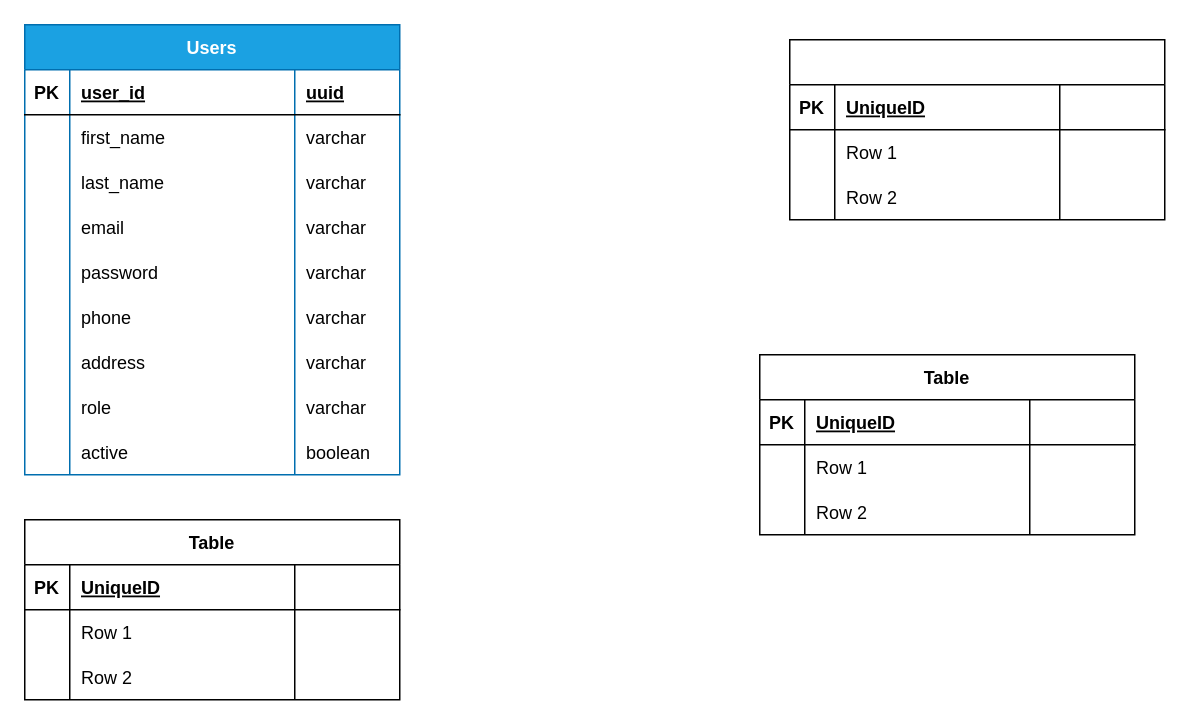
This is erd.drawio from Karely3412/bedrock, a draw.io file, before an edit. Source tidied: cells renumbered, new cells numbered last; positions are measured from the earlier drawing's top-left corner, leaving out a move shared by most shapes. Both pictures are drawn from the tidied source at 150%, with x=0, y=0 at pixel (24, 24).
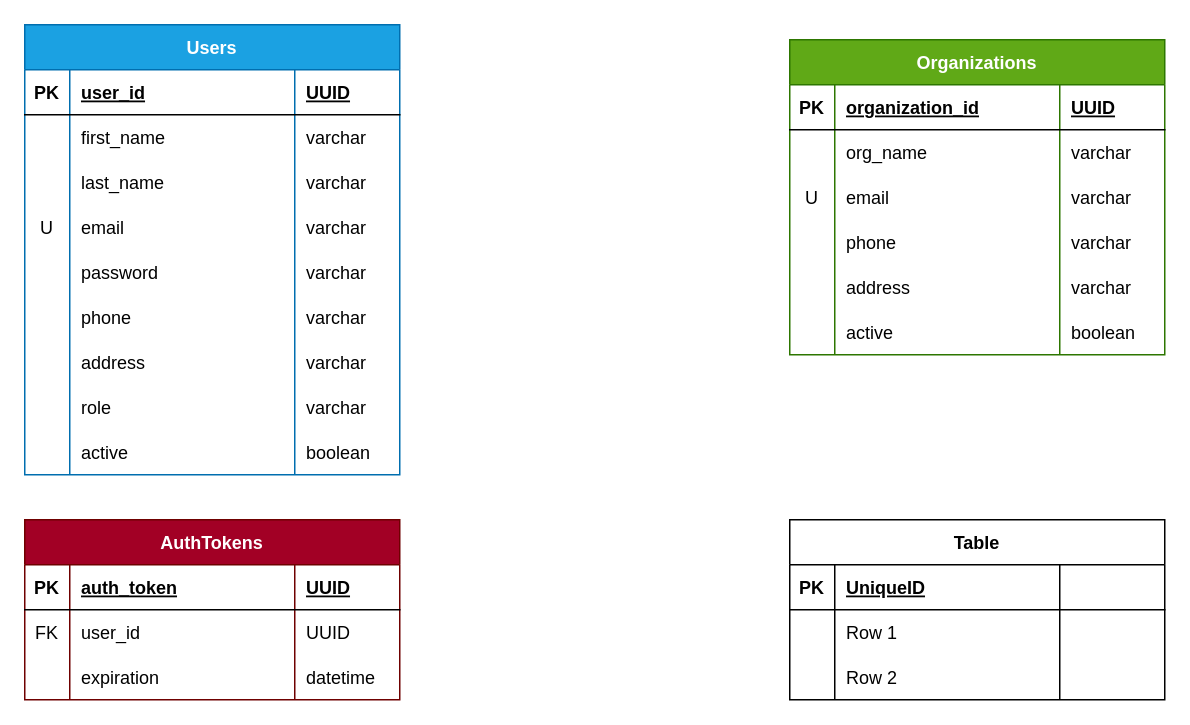
After the change.

Commit message:
created erd file & added orgs & authtokens table to erd

Unchanged cells that the change refers to:
```xml
<mxCell id="3" style="shape=tableRow;horizontal=0;startSize=0;swimlaneHead=0;swimlaneBody=0;fillColor=none;top=0;left=0;right=0;bottom=1;" parent="2" vertex="1">
  <mxGeometry y="30" width="250" height="30" as="geometry" />
</mxCell>
<mxCell id="15" style="shape=tableRow;horizontal=0;startSize=0;swimlaneHead=0;swimlaneBody=0;fillColor=none;top=0;left=0;right=0;bottom=0;" parent="2" vertex="1">
  <mxGeometry y="120" width="250" height="30" as="geometry" />
</mxCell>
<mxCell id="53" style="shape=tableRow;horizontal=0;startSize=0;swimlaneHead=0;swimlaneBody=0;fillColor=none;top=0;left=0;right=0;bottom=1;" parent="52" vertex="1">
  <mxGeometry y="30" width="250" height="30" as="geometry" />
</mxCell>
<mxCell id="57" style="shape=tableRow;horizontal=0;startSize=0;swimlaneHead=0;swimlaneBody=0;fillColor=none;top=0;left=0;right=0;bottom=0;" parent="52" vertex="1">
  <mxGeometry y="60" width="250" height="30" as="geometry" />
</mxCell>
<mxCell id="61" style="shape=tableRow;horizontal=0;startSize=0;swimlaneHead=0;swimlaneBody=0;fillColor=none;top=0;left=0;right=0;bottom=0;" parent="52" vertex="1">
  <mxGeometry y="90" width="250" height="30" as="geometry" />
</mxCell>
<mxCell id="66" style="shape=tableRow;horizontal=0;startSize=0;swimlaneHead=0;swimlaneBody=0;fillColor=none;top=0;left=0;right=0;bottom=1;" parent="65" vertex="1">
  <mxGeometry y="30" width="250" height="30" as="geometry" />
</mxCell>
<mxCell id="70" style="shape=tableRow;horizontal=0;startSize=0;swimlaneHead=0;swimlaneBody=0;fillColor=none;top=0;left=0;right=0;bottom=0;" parent="65" vertex="1">
  <mxGeometry y="60" width="250" height="30" as="geometry" />
</mxCell>
<mxCell id="74" style="shape=tableRow;horizontal=0;startSize=0;swimlaneHead=0;swimlaneBody=0;fillColor=none;top=0;left=0;right=0;bottom=0;" parent="65" vertex="1">
  <mxGeometry y="90" width="250" height="30" as="geometry" />
</mxCell>
```

Diff of the diagram source:
```diff
@@
-    <mxCell id="6" value="uuid" style="shape=partialRectangle;fillColor=none;top=0;left=0;bottom=0;right=0;align=left;spacingLeft=6;fontStyle=5;overflow=hidden;" parent="3" vertex="1">
+    <mxCell id="6" value="UUID" style="shape=partialRectangle;fillColor=none;top=0;left=0;bottom=0;right=0;align=left;spacingLeft=6;fontStyle=5;overflow=hidden;" parent="3" vertex="1">
       <mxGeometry x="180" width="70" height="30" as="geometry" />
     </mxCell>
@@
-    <mxCell id="16" style="shape=partialRectangle;fillColor=none;top=0;left=0;bottom=0;right=0;overflow=hidden;" parent="15" vertex="1">
+    <mxCell id="16" value="U" style="shape=partialRectangle;fillColor=none;top=0;left=0;bottom=0;right=0;overflow=hidden;" parent="15" vertex="1">
       <mxGeometry width="30" height="30" as="geometry" />
     </mxCell>
@@
     <mxCell id="39" value="Table" style="shape=table;startSize=30;childLayout=tableLayout;rowLines=0;fontStyle=1;align=center;" parent="1" vertex="1">
-      <mxGeometry x="490" y="220" width="250" height="120" as="geometry" />
+      <mxGeometry x="510" y="330" width="250" height="120" as="geometry" />
     </mxCell>
@@
-    <mxCell id="52" value="Table" style="shape=table;startSize=30;childLayout=tableLayout;rowLines=0;fontStyle=1;align=center;" parent="1" vertex="1">
+    <mxCell id="52" value="AuthTokens" style="shape=table;startSize=30;childLayout=tableLayout;rowLines=0;fontStyle=1;align=center;fillColor=#a20025;fontColor=#ffffff;strokeColor=#6F0000;" parent="1" vertex="1">
       <mxGeometry y="330" width="250" height="120" as="geometry" />
     </mxCell>
@@
-    <mxCell id="55" value="UniqueID" style="shape=partialRectangle;fillColor=none;top=0;left=0;bottom=0;right=0;align=left;spacingLeft=6;fontStyle=5;overflow=hidden;" parent="53" vertex="1">
+    <mxCell id="55" value="auth_token" style="shape=partialRectangle;fillColor=none;top=0;left=0;bottom=0;right=0;align=left;spacingLeft=6;fontStyle=5;overflow=hidden;" parent="53" vertex="1">
       <mxGeometry x="30" width="150" height="30" as="geometry" />
     </mxCell>
-    <mxCell id="56" style="shape=partialRectangle;fillColor=none;top=0;left=0;bottom=0;right=0;align=left;spacingLeft=6;fontStyle=5;overflow=hidden;" parent="53" vertex="1">
+    <mxCell id="56" value="UUID" style="shape=partialRectangle;fillColor=none;top=0;left=0;bottom=0;right=0;align=left;spacingLeft=6;fontStyle=5;overflow=hidden;" parent="53" vertex="1">
       <mxGeometry x="180" width="70" height="30" as="geometry" />
     </mxCell>
@@
-    <mxCell id="58" style="shape=partialRectangle;fillColor=none;top=0;left=0;bottom=0;right=0;overflow=hidden;" parent="57" vertex="1">
+    <mxCell id="58" value="FK" style="shape=partialRectangle;fillColor=none;top=0;left=0;bottom=0;right=0;overflow=hidden;" parent="57" vertex="1">
       <mxGeometry width="30" height="30" as="geometry" />
     </mxCell>
-    <mxCell id="59" value="Row 1" style="shape=partialRectangle;fillColor=none;top=0;left=0;bottom=0;right=0;align=left;spacingLeft=6;overflow=hidden;" parent="57" vertex="1">
+    <mxCell id="59" value="user_id" style="shape=partialRectangle;fillColor=none;top=0;left=0;bottom=0;right=0;align=left;spacingLeft=6;overflow=hidden;" parent="57" vertex="1">
       <mxGeometry x="30" width="150" height="30" as="geometry" />
     </mxCell>
-    <mxCell id="60" style="shape=partialRectangle;fillColor=none;top=0;left=0;bottom=0;right=0;align=left;spacingLeft=6;overflow=hidden;" parent="57" vertex="1">
+    <mxCell id="60" value="UUID" style="shape=partialRectangle;fillColor=none;top=0;left=0;bottom=0;right=0;align=left;spacingLeft=6;overflow=hidden;" parent="57" vertex="1">
       <mxGeometry x="180" width="70" height="30" as="geometry" />
     </mxCell>
@@
-    <mxCell id="63" value="Row 2" style="shape=partialRectangle;fillColor=none;top=0;left=0;bottom=0;right=0;align=left;spacingLeft=6;overflow=hidden;" parent="61" vertex="1">
+    <mxCell id="63" value="expiration" style="shape=partialRectangle;fillColor=none;top=0;left=0;bottom=0;right=0;align=left;spacingLeft=6;overflow=hidden;" parent="61" vertex="1">
       <mxGeometry x="30" width="150" height="30" as="geometry" />
     </mxCell>
-    <mxCell id="64" style="shape=partialRectangle;fillColor=none;top=0;left=0;bottom=0;right=0;align=left;spacingLeft=6;overflow=hidden;" parent="61" vertex="1">
+    <mxCell id="64" value="datetime" style="shape=partialRectangle;fillColor=none;top=0;left=0;bottom=0;right=0;align=left;spacingLeft=6;overflow=hidden;" parent="61" vertex="1">
       <mxGeometry x="180" width="70" height="30" as="geometry" />
     </mxCell>
-    <mxCell id="65" style="shape=table;startSize=30;childLayout=tableLayout;rowLines=0;fontStyle=1;align=center;" parent="1" vertex="1">
-      <mxGeometry x="510" y="10" width="250" height="120" as="geometry" />
+    <mxCell id="65" value="Organizations" style="shape=table;startSize=30;childLayout=tableLayout;rowLines=0;fontStyle=1;align=center;fillColor=#60a917;fontColor=#ffffff;strokeColor=#2D7600;" parent="1" vertex="1">
+      <mxGeometry x="510" y="10" width="250" height="210" as="geometry" />
     </mxCell>
@@
-    <mxCell id="68" value="UniqueID" style="shape=partialRectangle;fillColor=none;top=0;left=0;bottom=0;right=0;align=left;spacingLeft=6;fontStyle=5;overflow=hidden;" parent="66" vertex="1">
+    <mxCell id="68" value="organization_id" style="shape=partialRectangle;fillColor=none;top=0;left=0;bottom=0;right=0;align=left;spacingLeft=6;fontStyle=5;overflow=hidden;" parent="66" vertex="1">
       <mxGeometry x="30" width="150" height="30" as="geometry" />
     </mxCell>
-    <mxCell id="69" style="shape=partialRectangle;fillColor=none;top=0;left=0;bottom=0;right=0;align=left;spacingLeft=6;fontStyle=5;overflow=hidden;" parent="66" vertex="1">
+    <mxCell id="69" value="UUID" style="shape=partialRectangle;fillColor=none;top=0;left=0;bottom=0;right=0;align=left;spacingLeft=6;fontStyle=5;overflow=hidden;" parent="66" vertex="1">
       <mxGeometry x="180" width="70" height="30" as="geometry" />
     </mxCell>
@@
-    <mxCell id="72" value="Row 1" style="shape=partialRectangle;fillColor=none;top=0;left=0;bottom=0;right=0;align=left;spacingLeft=6;overflow=hidden;" parent="70" vertex="1">
+    <mxCell id="72" value="org_name" style="shape=partialRectangle;fillColor=none;top=0;left=0;bottom=0;right=0;align=left;spacingLeft=6;overflow=hidden;" parent="70" vertex="1">
       <mxGeometry x="30" width="150" height="30" as="geometry" />
     </mxCell>
-    <mxCell id="73" style="shape=partialRectangle;fillColor=none;top=0;left=0;bottom=0;right=0;align=left;spacingLeft=6;overflow=hidden;" parent="70" vertex="1">
+    <mxCell id="73" value="varchar" style="shape=partialRectangle;fillColor=none;top=0;left=0;bottom=0;right=0;align=left;spacingLeft=6;overflow=hidden;" parent="70" vertex="1">
       <mxGeometry x="180" width="70" height="30" as="geometry" />
     </mxCell>
@@
-    <mxCell id="75" style="shape=partialRectangle;fillColor=none;top=0;left=0;bottom=0;right=0;overflow=hidden;" parent="74" vertex="1">
+    <mxCell id="75" value="U" style="shape=partialRectangle;fillColor=none;top=0;left=0;bottom=0;right=0;overflow=hidden;" parent="74" vertex="1">
       <mxGeometry width="30" height="30" as="geometry" />
     </mxCell>
-    <mxCell id="76" value="Row 2" style="shape=partialRectangle;fillColor=none;top=0;left=0;bottom=0;right=0;align=left;spacingLeft=6;overflow=hidden;" parent="74" vertex="1">
+    <mxCell id="76" value="email" style="shape=partialRectangle;fillColor=none;top=0;left=0;bottom=0;right=0;align=left;spacingLeft=6;overflow=hidden;" parent="74" vertex="1">
       <mxGeometry x="30" width="150" height="30" as="geometry" />
     </mxCell>
-    <mxCell id="77" style="shape=partialRectangle;fillColor=none;top=0;left=0;bottom=0;right=0;align=left;spacingLeft=6;overflow=hidden;" parent="74" vertex="1">
+    <mxCell id="77" value="varchar" style="shape=partialRectangle;fillColor=none;top=0;left=0;bottom=0;right=0;align=left;spacingLeft=6;overflow=hidden;" parent="74" vertex="1">
       <mxGeometry x="180" width="70" height="30" as="geometry" />
     </mxCell>
+    <mxCell id="78" style="shape=tableRow;horizontal=0;startSize=0;swimlaneHead=0;swimlaneBody=0;fillColor=none;top=0;left=0;right=0;bottom=0;" parent="65" vertex="1">
+      <mxGeometry y="120" width="250" height="30" as="geometry" />
+    </mxCell>
+    <mxCell id="79" style="shape=partialRectangle;fillColor=none;top=0;left=0;bottom=0;right=0;overflow=hidden;" parent="78" vertex="1">
+      <mxGeometry width="30" height="30" as="geometry" />
+    </mxCell>
+    <mxCell id="80" value="phone" style="shape=partialRectangle;fillColor=none;top=0;left=0;bottom=0;right=0;align=left;spacingLeft=6;overflow=hidden;" parent="78" vertex="1">
+      <mxGeometry x="30" width="150" height="30" as="geometry" />
+    </mxCell>
+    <mxCell id="81" value="varchar" style="shape=partialRectangle;fillColor=none;top=0;left=0;bottom=0;right=0;align=left;spacingLeft=6;overflow=hidden;" parent="78" vertex="1">
+      <mxGeometry x="180" width="70" height="30" as="geometry" />
+    </mxCell>
+    <mxCell id="82" style="shape=tableRow;horizontal=0;startSize=0;swimlaneHead=0;swimlaneBody=0;fillColor=none;top=0;left=0;right=0;bottom=0;" parent="65" vertex="1">
+      <mxGeometry y="150" width="250" height="30" as="geometry" />
+    </mxCell>
+    <mxCell id="83" style="shape=partialRectangle;fillColor=none;top=0;left=0;bottom=0;right=0;overflow=hidden;" parent="82" vertex="1">
+      <mxGeometry width="30" height="30" as="geometry" />
+    </mxCell>
+    <mxCell id="84" value="address" style="shape=partialRectangle;fillColor=none;top=0;left=0;bottom=0;right=0;align=left;spacingLeft=6;overflow=hidden;" parent="82" vertex="1">
+      <mxGeometry x="30" width="150" height="30" as="geometry" />
+    </mxCell>
+    <mxCell id="85" value="varchar" style="shape=partialRectangle;fillColor=none;top=0;left=0;bottom=0;right=0;align=left;spacingLeft=6;overflow=hidden;" parent="82" vertex="1">
+      <mxGeometry x="180" width="70" height="30" as="geometry" />
+    </mxCell>
+    <mxCell id="86" style="shape=tableRow;horizontal=0;startSize=0;swimlaneHead=0;swimlaneBody=0;fillColor=none;top=0;left=0;right=0;bottom=0;" parent="65" vertex="1">
+      <mxGeometry y="180" width="250" height="30" as="geometry" />
+    </mxCell>
+    <mxCell id="87" style="shape=partialRectangle;fillColor=none;top=0;left=0;bottom=0;right=0;overflow=hidden;" parent="86" vertex="1">
+      <mxGeometry width="30" height="30" as="geometry" />
+    </mxCell>
+    <mxCell id="88" value="active" style="shape=partialRectangle;fillColor=none;top=0;left=0;bottom=0;right=0;align=left;spacingLeft=6;overflow=hidden;" parent="86" vertex="1">
+      <mxGeometry x="30" width="150" height="30" as="geometry" />
+    </mxCell>
+    <mxCell id="89" value="boolean" style="shape=partialRectangle;fillColor=none;top=0;left=0;bottom=0;right=0;align=left;spacingLeft=6;overflow=hidden;" parent="86" vertex="1">
+      <mxGeometry x="180" width="70" height="30" as="geometry" />
+    </mxCell>
```
